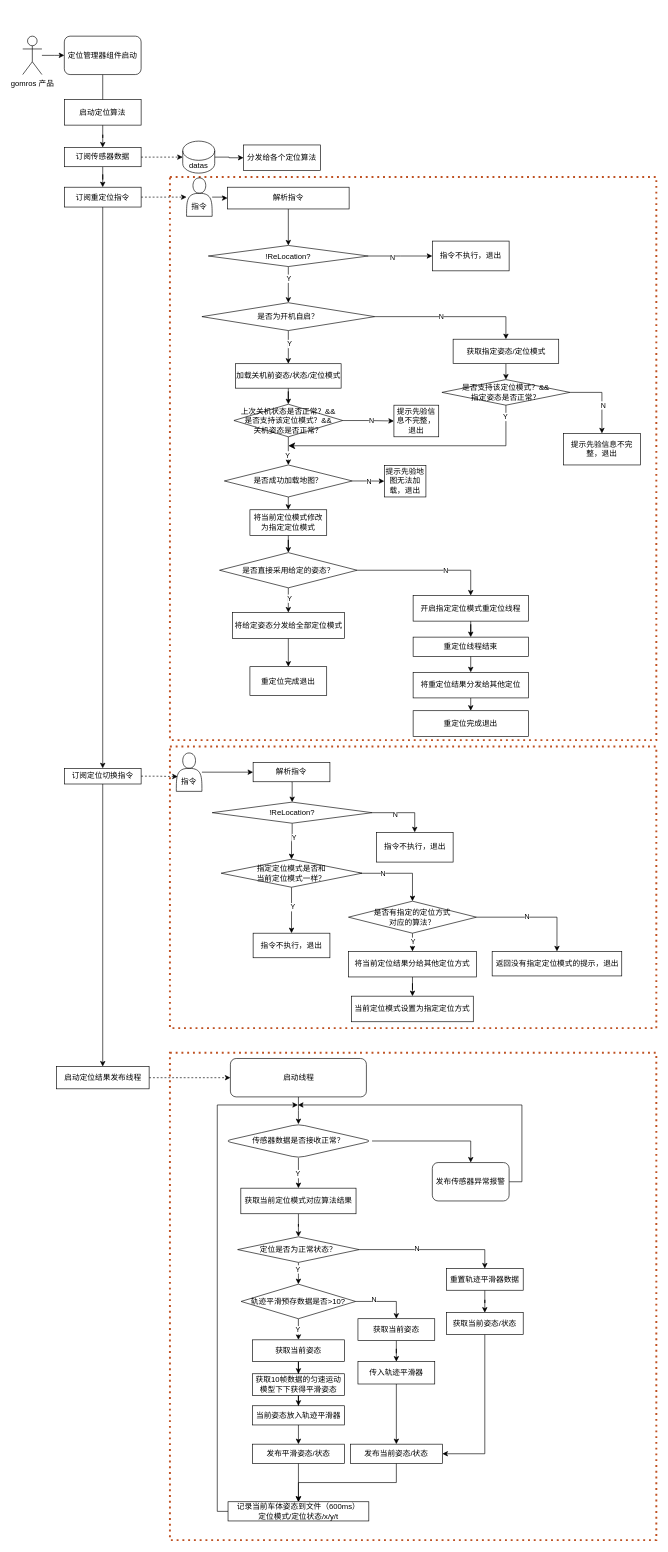
Above: page "定位调用逻辑" (1 of 4) of 定位调用.drawio in sdu-rjy/doc (draw.io), before the change. Source tidied: cells renumbered, new cells numbered last; positions are measured from the earlier drawing's top-left corner, leaving out a move shared by most shapes. Both pictures are drawn from the tidied source at 64%, with x=0, y=0 at pixel (22, 36).
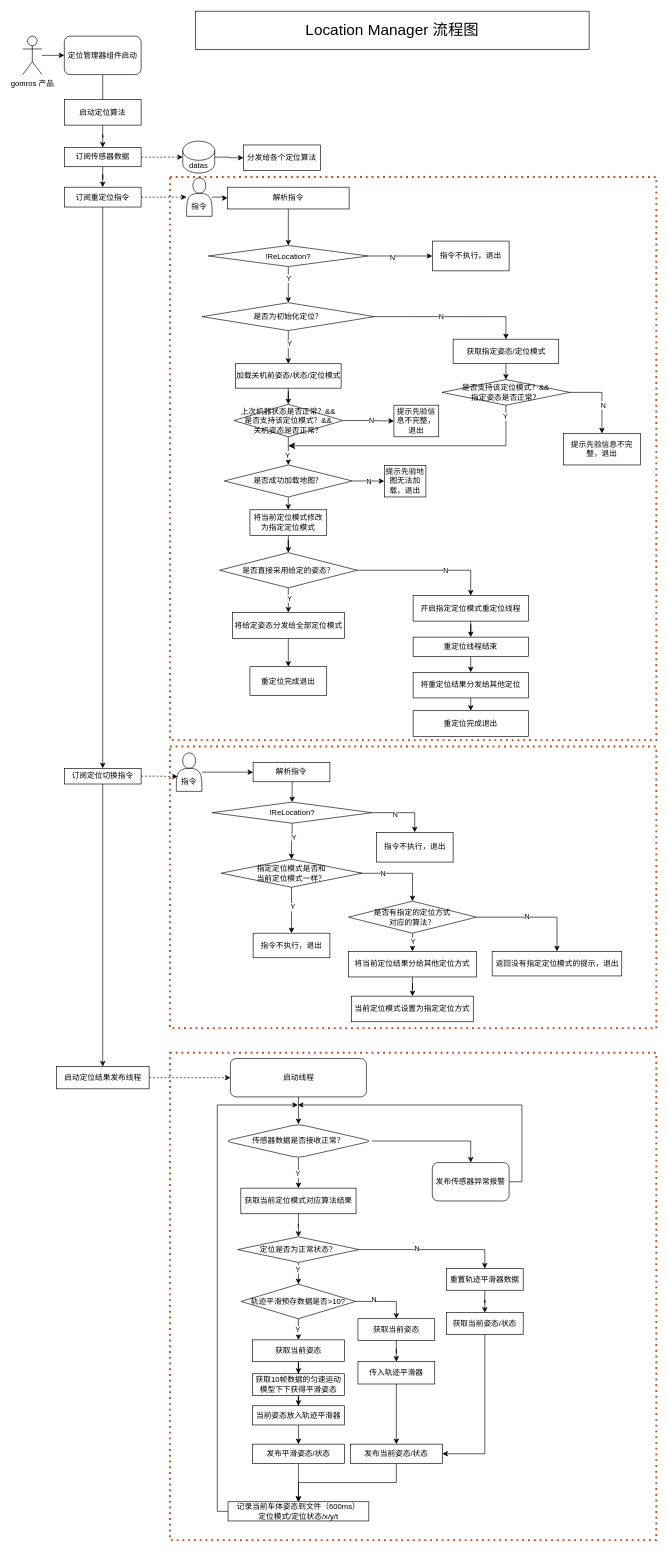
After the change.

The edit, as a diff of the source:
```diff
@@
-    <mxCell id="38" value="是否为开机自启？" style="rhombus;whiteSpace=wrap;html=1;rounded=0;" parent="1" vertex="1">
+    <mxCell id="38" value="是否为初始化定位？" style="rhombus;whiteSpace=wrap;html=1;rounded=0;" parent="1" vertex="1">
       <mxGeometry x="280" y="416.5" width="270" height="43.5" as="geometry" />
     </mxCell>
@@
-    <mxCell id="45" value="上次关机状态是否正常？&amp;amp;&amp;amp;&lt;div&gt;是否支持该&lt;span style=&quot;background-color: transparent; color: light-dark(rgb(0, 0, 0), rgb(255, 255, 255));&quot;&gt;定位模式&lt;/span&gt;&lt;span style=&quot;background-color: transparent; color: light-dark(rgb(0, 0, 0), rgb(255, 255, 255));&quot;&gt;？&amp;amp;&amp;amp;&lt;/span&gt;&lt;/div&gt;&lt;div&gt;关机姿态是否正常？&lt;/div&gt;" style="rhombus;whiteSpace=wrap;html=1;rounded=0;" parent="1" vertex="1">
+    <mxCell id="45" value="上次机器状态是否正常？&amp;amp;&amp;amp;&lt;div&gt;是否支持该&lt;span style=&quot;background-color: transparent; color: light-dark(rgb(0, 0, 0), rgb(255, 255, 255));&quot;&gt;定位模式&lt;/span&gt;&lt;span style=&quot;background-color: transparent; color: light-dark(rgb(0, 0, 0), rgb(255, 255, 255));&quot;&gt;？&amp;amp;&amp;amp;&lt;/span&gt;&lt;/div&gt;&lt;div&gt;关机姿态是否正常？&lt;/div&gt;" style="rhombus;whiteSpace=wrap;html=1;rounded=0;" parent="1" vertex="1">
       <mxGeometry x="330" y="575.1" width="170" height="50.9" as="geometry" />
     </mxCell>
@@
+    <mxCell id="143" value="&lt;font style=&quot;font-size: 24px;&quot;&gt;Location Manager 流程图&lt;/font&gt;" style="rounded=0;whiteSpace=wrap;html=1;strokeColor=default;align=center;verticalAlign=middle;fontFamily=Helvetica;fontSize=12;fontColor=default;fillColor=default;" parent="1" vertex="1">
+      <mxGeometry x="270" y="-39" width="615" height="60" as="geometry" />
+    </mxCell>
```
